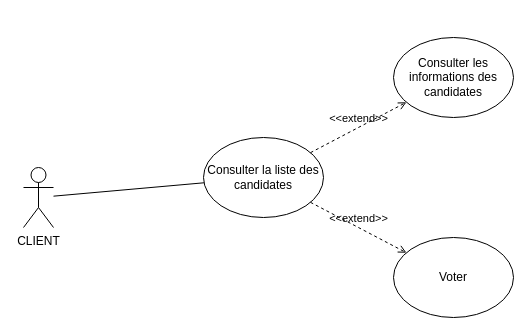
The draw.io diagram page "DCU-CLIENT" (1 of 3) of Diagramme tabouret royal.drawio in kbvac/Diagramme-UML, before the edit. Source tidied: cells renumbered, new cells numbered last; positions are measured from the earlier drawing's top-left corner, leaving out a move shared by most shapes. Both pictures are drawn from the tidied source at 100%, with x=0, y=0 at pixel (23, 37).
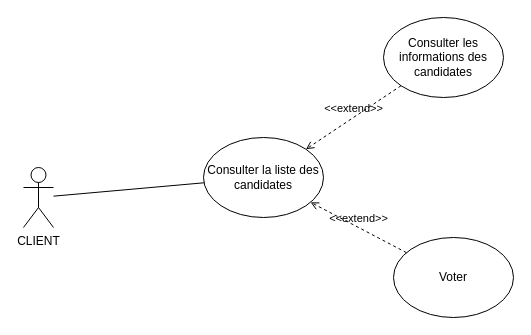
The same page after the edit.

Commit message (it also covers changes not shown here):
Mettre à jour Diagramme tabouret royal.drawio

Diff of the diagram source:
```diff
@@
 <mxGraphModel>
   <root>
     <mxCell id="0" />
     <mxCell id="1" parent="0" />
     <mxCell id="2" value="CLIENT" style="shape=umlActor;verticalLabelPosition=bottom;verticalAlign=top;html=1;outlineConnect=0;" parent="1" vertex="1">
       <mxGeometry y="130" width="30" height="60" as="geometry" />
     </mxCell>
     <mxCell id="3" value="Consulter la liste des candidates" style="ellipse;whiteSpace=wrap;html=1;" parent="1" vertex="1">
       <mxGeometry x="180" y="100" width="120" height="80" as="geometry" />
     </mxCell>
     <mxCell id="4" style="endArrow=none;html=1;rounded=0;" parent="1" edge="1" source="2" target="3">
       <mxGeometry relative="1" as="geometry" />
     </mxCell>
     <mxCell id="5" value="Consulter les informations des candidates" style="ellipse;whiteSpace=wrap;html=1;" parent="1" vertex="1">
-      <mxGeometry x="370" width="120" height="80" as="geometry" />
+      <mxGeometry x="360" y="-20" width="120" height="80" as="geometry" />
     </mxCell>
     <mxCell id="6" value="Voter" style="ellipse;whiteSpace=wrap;html=1;" parent="1" vertex="1">
       <mxGeometry x="370" y="200" width="120" height="80" as="geometry" />
     </mxCell>
-    <mxCell id="7" value="&amp;lt;&amp;lt;extend&amp;gt;&amp;gt;" style="html=1;verticalAlign=bottom;labelBackgroundColor=none;endArrow=open;endFill=0;dashed=1;rounded=0;" parent="1" edge="1" source="3" target="6">
+    <mxCell id="7" value="&amp;lt;&amp;lt;extend&amp;gt;&amp;gt;" style="html=1;verticalAlign=bottom;labelBackgroundColor=none;endArrow=open;endFill=0;dashed=1;rounded=0;" parent="1" edge="1" source="6" target="3">
       <mxGeometry relative="1" as="geometry" />
     </mxCell>
-    <mxCell id="8" value="&amp;lt;&amp;lt;extend&amp;gt;&amp;gt;" style="html=1;verticalAlign=bottom;labelBackgroundColor=none;endArrow=open;endFill=0;dashed=1;rounded=0;" parent="1" edge="1" source="3" target="5">
+    <mxCell id="8" value="&amp;lt;&amp;lt;extend&amp;gt;&amp;gt;" style="html=1;verticalAlign=bottom;labelBackgroundColor=none;endArrow=open;endFill=0;dashed=1;rounded=0;" parent="1" edge="1" source="5" target="3">
       <mxGeometry relative="1" as="geometry" />
     </mxCell>
   </root>
 </mxGraphModel>
```
